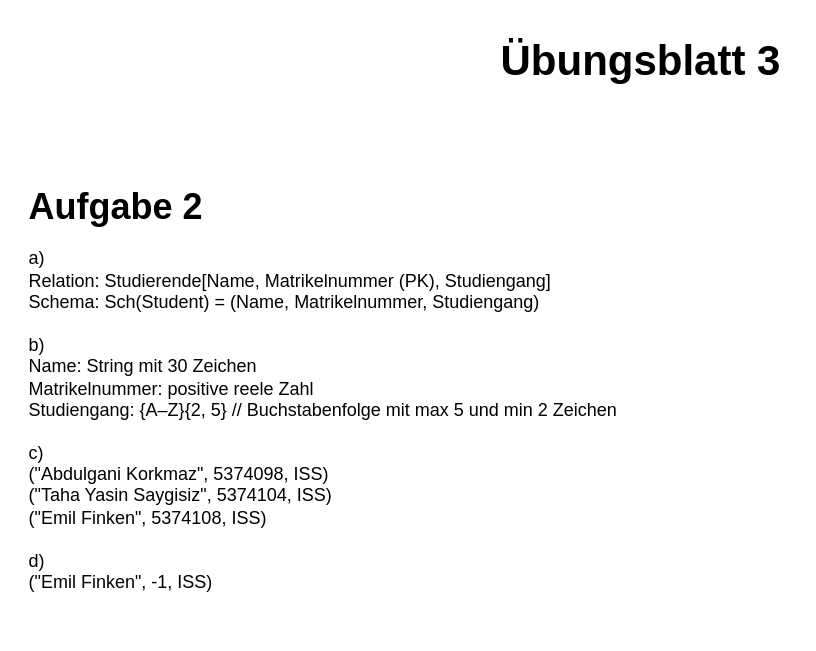
Before: Übung/03/Aufgabe_2/Aufgabe_2.drawio in easycoding12345/DABANK_ISS, a draw.io diagram. Source tidied: cells renumbered, new cells numbered last; positions are measured from the earlier drawing's top-left corner, leaving out a move shared by most shapes. Both pictures are drawn from the tidied source at 150%, with x=0, y=0 at pixel (26, 26).
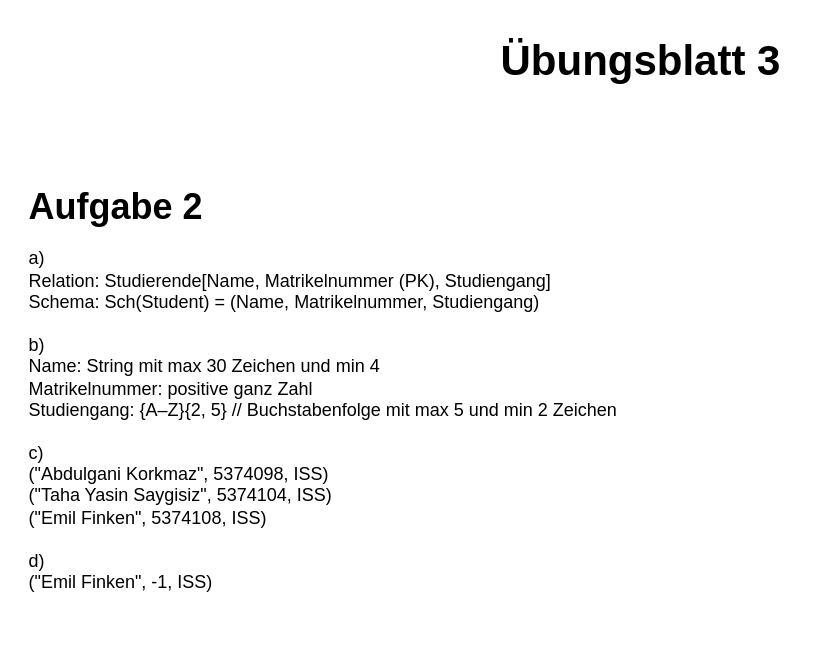
The same page after the edit.

Commit message (it also covers changes not shown here):
Übung 3 Aufgabe 3 Done

Change to the diagram source:
```diff
@@
 <mxGraphModel>
   <root>
     <mxCell id="0" />
     <mxCell id="1" parent="0" />
-    <mxCell id="2" value="&lt;div&gt;a)&lt;/div&gt;Relation:&amp;nbsp;Studierende[Name, Matrikelnummer (PK), Studiengang]&lt;div&gt;Schema: Sch(Student) = (&lt;span style=&quot;background-color: transparent; color: light-dark(rgb(0, 0, 0), rgb(255, 255, 255));&quot;&gt;Name, Matrikelnummer, Studiengang&lt;/span&gt;&lt;span style=&quot;background-color: transparent; color: light-dark(rgb(0, 0, 0), rgb(255, 255, 255));&quot;&gt;)&lt;/span&gt;&lt;/div&gt;&lt;div&gt;&lt;span style=&quot;background-color: transparent; color: light-dark(rgb(0, 0, 0), rgb(255, 255, 255));&quot;&gt;&lt;br&gt;&lt;/span&gt;&lt;/div&gt;&lt;div&gt;&lt;span style=&quot;background-color: transparent; color: light-dark(rgb(0, 0, 0), rgb(255, 255, 255));&quot;&gt;b)&lt;/span&gt;&lt;/div&gt;&lt;div&gt;Name: String mit 30 Zeichen&lt;span style=&quot;background-color: transparent; color: light-dark(rgb(0, 0, 0), rgb(255, 255, 255));&quot;&gt;&lt;/span&gt;&lt;/div&gt;&lt;div&gt;Matrikelnummer: positive reele Zahl&lt;/div&gt;&lt;div&gt;Studiengang: {A–Z}{2, 5} // Buchstabenfolge mit max 5 und min 2 Zeichen&lt;/div&gt;&lt;div&gt;&lt;br&gt;&lt;/div&gt;&lt;div&gt;c)&lt;/div&gt;&lt;div&gt;(&quot;Abdulgani Korkmaz&quot;, 5374098, ISS)&lt;/div&gt;&lt;div&gt;(&quot;Taha Yasin Saygisiz&quot;,&amp;nbsp;&lt;span style=&quot;background-color: transparent; color: light-dark(rgb(0, 0, 0), rgb(255, 255, 255));&quot;&gt;5374104, ISS&lt;/span&gt;&lt;span style=&quot;background-color: transparent; color: light-dark(rgb(0, 0, 0), rgb(255, 255, 255));&quot;&gt;)&lt;/span&gt;&lt;/div&gt;&lt;div&gt;(&quot;Emil Finken&quot;,&amp;nbsp;&lt;span style=&quot;color: light-dark(rgb(0, 0, 0), rgb(255, 255, 255)); background-color: transparent;&quot;&gt;5374108, ISS&lt;/span&gt;&lt;span style=&quot;color: light-dark(rgb(0, 0, 0), rgb(255, 255, 255)); background-color: transparent;&quot;&gt;)&lt;/span&gt;&lt;span style=&quot;background-color: transparent; color: light-dark(rgb(0, 0, 0), rgb(255, 255, 255));&quot;&gt;&lt;/span&gt;&lt;/div&gt;&lt;div&gt;&lt;span style=&quot;color: light-dark(rgb(0, 0, 0), rgb(255, 255, 255)); background-color: transparent;&quot;&gt;&lt;br&gt;&lt;/span&gt;&lt;/div&gt;&lt;div&gt;&lt;span style=&quot;color: light-dark(rgb(0, 0, 0), rgb(255, 255, 255)); background-color: transparent;&quot;&gt;d)&lt;/span&gt;&lt;/div&gt;&lt;div&gt;&lt;div&gt;(&quot;Emil Finken&quot;,&amp;nbsp;&lt;span style=&quot;color: light-dark(rgb(0, 0, 0), rgb(255, 255, 255)); background-color: transparent;&quot;&gt;-1, ISS&lt;/span&gt;&lt;span style=&quot;color: light-dark(rgb(0, 0, 0), rgb(255, 255, 255)); background-color: transparent;&quot;&gt;)&lt;/span&gt;&lt;span style=&quot;background-color: transparent; color: light-dark(rgb(0, 0, 0), rgb(255, 255, 255));&quot;&gt;&lt;/span&gt;&lt;/div&gt;&lt;/div&gt;&lt;div&gt;&lt;span style=&quot;color: light-dark(rgb(0, 0, 0), rgb(255, 255, 255)); background-color: transparent;&quot;&gt;&lt;br&gt;&lt;/span&gt;&lt;/div&gt;" style="text;html=1;whiteSpace=wrap;strokeColor=none;fillColor=none;align=left;verticalAlign=middle;rounded=0;" parent="1" vertex="1">
+    <mxCell id="2" value="&lt;div&gt;a)&lt;/div&gt;Relation:&amp;nbsp;Studierende[Name, Matrikelnummer (PK), Studiengang]&lt;div&gt;Schema: Sch(Student) = (&lt;span style=&quot;background-color: transparent; color: light-dark(rgb(0, 0, 0), rgb(255, 255, 255));&quot;&gt;Name, Matrikelnummer, Studiengang&lt;/span&gt;&lt;span style=&quot;background-color: transparent; color: light-dark(rgb(0, 0, 0), rgb(255, 255, 255));&quot;&gt;)&lt;/span&gt;&lt;/div&gt;&lt;div&gt;&lt;span style=&quot;background-color: transparent; color: light-dark(rgb(0, 0, 0), rgb(255, 255, 255));&quot;&gt;&lt;br&gt;&lt;/span&gt;&lt;/div&gt;&lt;div&gt;&lt;span style=&quot;background-color: transparent; color: light-dark(rgb(0, 0, 0), rgb(255, 255, 255));&quot;&gt;b)&lt;/span&gt;&lt;/div&gt;&lt;div&gt;Name: String mit max 30 Zeichen und min 4&lt;span style=&quot;background-color: transparent; color: light-dark(rgb(0, 0, 0), rgb(255, 255, 255));&quot;&gt;&lt;/span&gt;&lt;/div&gt;&lt;div&gt;Matrikelnummer: positive ganz Zahl&lt;/div&gt;&lt;div&gt;Studiengang: {A–Z}{2, 5} // Buchstabenfolge mit max 5 und min 2 Zeichen&lt;/div&gt;&lt;div&gt;&lt;br&gt;&lt;/div&gt;&lt;div&gt;c)&lt;/div&gt;&lt;div&gt;(&quot;Abdulgani Korkmaz&quot;, 5374098, ISS)&lt;/div&gt;&lt;div&gt;(&quot;Taha Yasin Saygisiz&quot;,&amp;nbsp;&lt;span style=&quot;background-color: transparent; color: light-dark(rgb(0, 0, 0), rgb(255, 255, 255));&quot;&gt;5374104, ISS&lt;/span&gt;&lt;span style=&quot;background-color: transparent; color: light-dark(rgb(0, 0, 0), rgb(255, 255, 255));&quot;&gt;)&lt;/span&gt;&lt;/div&gt;&lt;div&gt;(&quot;Emil Finken&quot;,&amp;nbsp;&lt;span style=&quot;color: light-dark(rgb(0, 0, 0), rgb(255, 255, 255)); background-color: transparent;&quot;&gt;5374108, ISS&lt;/span&gt;&lt;span style=&quot;color: light-dark(rgb(0, 0, 0), rgb(255, 255, 255)); background-color: transparent;&quot;&gt;)&lt;/span&gt;&lt;span style=&quot;background-color: transparent; color: light-dark(rgb(0, 0, 0), rgb(255, 255, 255));&quot;&gt;&lt;/span&gt;&lt;/div&gt;&lt;div&gt;&lt;span style=&quot;color: light-dark(rgb(0, 0, 0), rgb(255, 255, 255)); background-color: transparent;&quot;&gt;&lt;br&gt;&lt;/span&gt;&lt;/div&gt;&lt;div&gt;&lt;span style=&quot;color: light-dark(rgb(0, 0, 0), rgb(255, 255, 255)); background-color: transparent;&quot;&gt;d)&lt;/span&gt;&lt;/div&gt;&lt;div&gt;&lt;div&gt;(&quot;Emil Finken&quot;,&amp;nbsp;&lt;span style=&quot;color: light-dark(rgb(0, 0, 0), rgb(255, 255, 255)); background-color: transparent;&quot;&gt;-1, ISS&lt;/span&gt;&lt;span style=&quot;color: light-dark(rgb(0, 0, 0), rgb(255, 255, 255)); background-color: transparent;&quot;&gt;)&lt;/span&gt;&lt;span style=&quot;background-color: transparent; color: light-dark(rgb(0, 0, 0), rgb(255, 255, 255));&quot;&gt;&lt;/span&gt;&lt;/div&gt;&lt;/div&gt;&lt;div&gt;&lt;span style=&quot;color: light-dark(rgb(0, 0, 0), rgb(255, 255, 255)); background-color: transparent;&quot;&gt;&lt;br&gt;&lt;/span&gt;&lt;/div&gt;" style="text;html=1;whiteSpace=wrap;strokeColor=none;fillColor=none;align=left;verticalAlign=middle;rounded=0;" parent="1" vertex="1">
       <mxGeometry y="140" width="420" height="260" as="geometry" />
     </mxCell>
     <mxCell id="3" value="&lt;h1 style=&quot;margin-top: 0px;&quot;&gt;Übungsblatt 3&lt;/h1&gt;" style="text;html=1;whiteSpace=wrap;overflow=hidden;rounded=0;align=center;fontSize=14;" parent="1" vertex="1">
       <mxGeometry x="310" width="200" height="40" as="geometry" />
     </mxCell>
     <mxCell id="4" value="&lt;h1 style=&quot;margin-top: 0px;&quot;&gt;Aufgabe 2&lt;/h1&gt;" style="text;html=1;whiteSpace=wrap;overflow=hidden;rounded=0;" parent="1" vertex="1">
       <mxGeometry y="100" width="180" height="40" as="geometry" />
     </mxCell>
   </root>
 </mxGraphModel>
```
